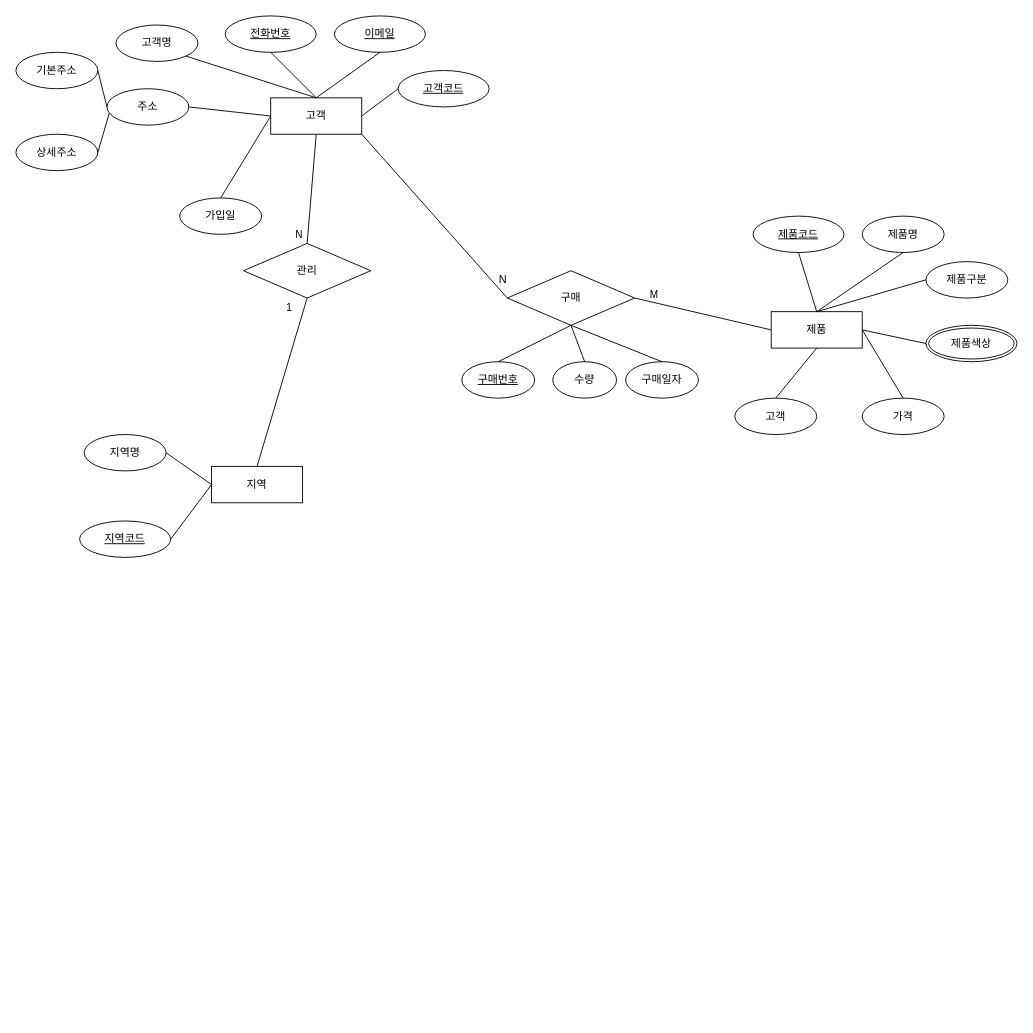
Earlier version of the draw.io diagram 제목 없는 다이어그램.drawio (ek1249/erd). Source tidied: cells renumbered, new cells numbered last; positions are measured from the earlier drawing's top-left corner, leaving out a move shared by most shapes. Both pictures are drawn from the tidied source at 91%, with x=0, y=0 at pixel (15, 15).
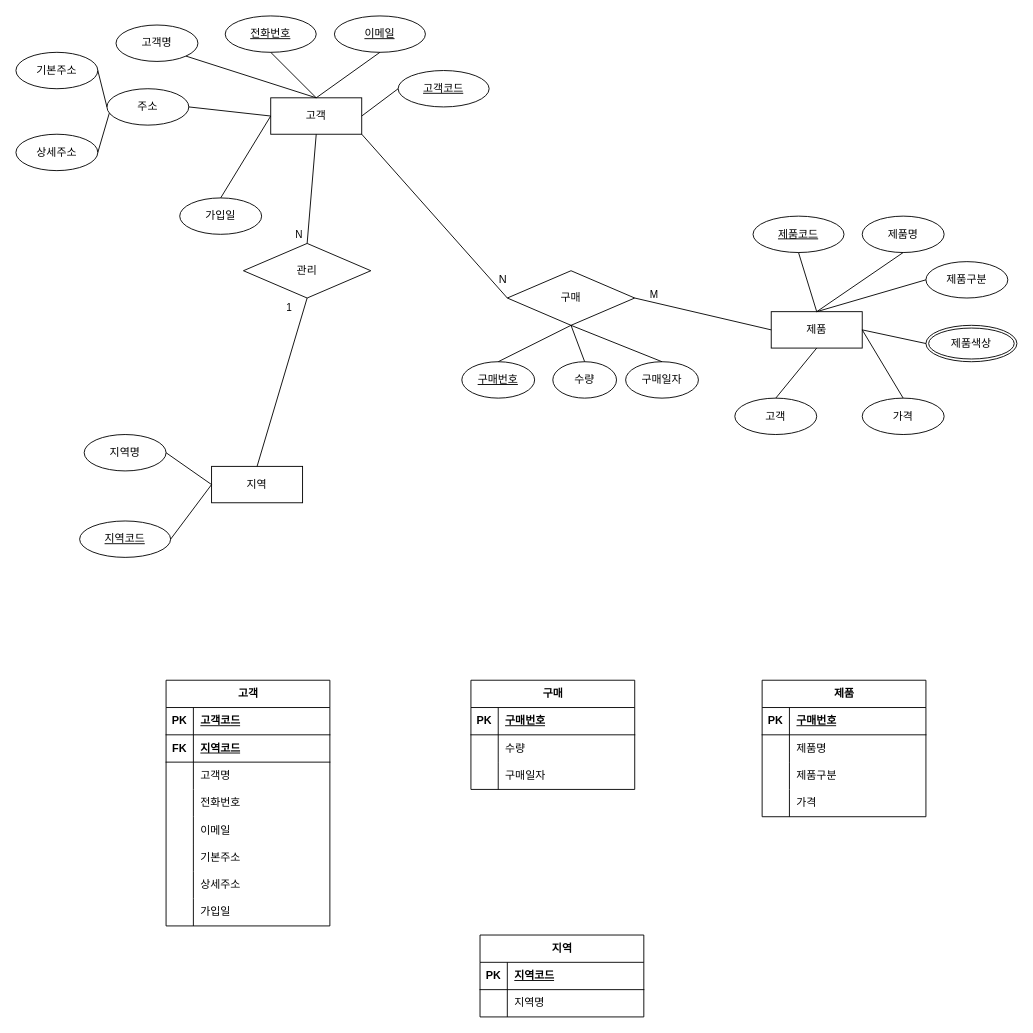
Above is the later version.

Commit message:
제목 없는 다이어그램.drawio 업데이트

What changed in the source:
```diff
@@
+    <mxCell id="53" value="고객" style="shape=table;startSize=30;childLayout=tableLayout;rowLines=0;fontStyle=1;align=center;html=1;" parent="1" vertex="1">
+      <mxGeometry x="165" y="730" width="180" height="270" as="geometry" />
+    </mxCell>
+    <mxCell id="54" style="shape=tableRow;horizontal=0;startSize=0;swimlaneHead=0;swimlaneBody=0;fillColor=none;top=0;left=0;right=0;bottom=1;" parent="53" vertex="1">
+      <mxGeometry y="30" width="180" height="30" as="geometry" />
+    </mxCell>
+    <mxCell id="55" value="PK" style="shape=partialRectangle;fillColor=none;top=0;left=0;bottom=0;right=0;fontStyle=1;overflow=hidden;whiteSpace=wrap;html=1;" parent="54" vertex="1">
+      <mxGeometry width="30" height="30" as="geometry" />
+    </mxCell>
+    <mxCell id="56" value="&lt;div&gt;고객코드&lt;/div&gt;" style="shape=partialRectangle;fillColor=none;top=0;left=0;bottom=0;right=0;align=left;spacingLeft=6;fontStyle=5;overflow=hidden;whiteSpace=wrap;html=1;" parent="54" vertex="1">
+      <mxGeometry x="30" width="150" height="30" as="geometry" />
+    </mxCell>
+    <mxCell id="57" style="shape=tableRow;horizontal=0;startSize=0;swimlaneHead=0;swimlaneBody=0;fillColor=none;top=0;left=0;right=0;bottom=1;" parent="53" vertex="1">
+      <mxGeometry y="60" width="180" height="30" as="geometry" />
+    </mxCell>
+    <mxCell id="58" value="FK" style="shape=partialRectangle;fillColor=none;top=0;left=0;bottom=0;right=0;fontStyle=1;overflow=hidden;whiteSpace=wrap;html=1;" parent="57" vertex="1">
+      <mxGeometry width="30" height="30" as="geometry" />
+    </mxCell>
+    <mxCell id="59" value="지역코드" style="shape=partialRectangle;fillColor=none;top=0;left=0;bottom=0;right=0;align=left;spacingLeft=6;fontStyle=5;overflow=hidden;whiteSpace=wrap;html=1;" parent="57" vertex="1">
+      <mxGeometry x="30" width="150" height="30" as="geometry" />
+    </mxCell>
+    <mxCell id="60" style="shape=tableRow;horizontal=0;startSize=0;swimlaneHead=0;swimlaneBody=0;fillColor=none;top=0;left=0;right=0;bottom=0;" parent="53" vertex="1">
+      <mxGeometry y="90" width="180" height="30" as="geometry" />
+    </mxCell>
+    <mxCell id="61" style="shape=partialRectangle;fillColor=none;top=0;left=0;bottom=0;right=0;overflow=hidden;whiteSpace=wrap;html=1;" parent="60" vertex="1">
+      <mxGeometry width="30" height="30" as="geometry" />
+    </mxCell>
+    <mxCell id="62" value="고객명" style="shape=partialRectangle;fillColor=none;top=0;left=0;bottom=0;right=0;align=left;spacingLeft=6;overflow=hidden;whiteSpace=wrap;html=1;" parent="60" vertex="1">
+      <mxGeometry x="30" width="150" height="30" as="geometry" />
+    </mxCell>
+    <mxCell id="63" style="shape=tableRow;horizontal=0;startSize=0;swimlaneHead=0;swimlaneBody=0;fillColor=none;top=0;left=0;right=0;bottom=0;" parent="53" vertex="1">
+      <mxGeometry y="120" width="180" height="30" as="geometry" />
+    </mxCell>
+    <mxCell id="64" style="shape=partialRectangle;fillColor=none;top=0;left=0;bottom=0;right=0;overflow=hidden;whiteSpace=wrap;html=1;" parent="63" vertex="1">
+      <mxGeometry width="30" height="30" as="geometry" />
+    </mxCell>
+    <mxCell id="65" value="전화번호" style="shape=partialRectangle;fillColor=none;top=0;left=0;bottom=0;right=0;align=left;spacingLeft=6;overflow=hidden;whiteSpace=wrap;html=1;" parent="63" vertex="1">
+      <mxGeometry x="30" width="150" height="30" as="geometry" />
+    </mxCell>
+    <mxCell id="66" style="shape=tableRow;horizontal=0;startSize=0;swimlaneHead=0;swimlaneBody=0;fillColor=none;top=0;left=0;right=0;bottom=0;" parent="53" vertex="1">
+      <mxGeometry y="150" width="180" height="30" as="geometry" />
+    </mxCell>
+    <mxCell id="67" style="shape=partialRectangle;fillColor=none;top=0;left=0;bottom=0;right=0;overflow=hidden;whiteSpace=wrap;html=1;" parent="66" vertex="1">
+      <mxGeometry width="30" height="30" as="geometry" />
+    </mxCell>
+    <mxCell id="68" value="이메일" style="shape=partialRectangle;fillColor=none;top=0;left=0;bottom=0;right=0;align=left;spacingLeft=6;overflow=hidden;whiteSpace=wrap;html=1;" parent="66" vertex="1">
+      <mxGeometry x="30" width="150" height="30" as="geometry" />
+    </mxCell>
+    <mxCell id="69" style="shape=tableRow;horizontal=0;startSize=0;swimlaneHead=0;swimlaneBody=0;fillColor=none;top=0;left=0;right=0;bottom=0;" parent="53" vertex="1">
+      <mxGeometry y="180" width="180" height="30" as="geometry" />
+    </mxCell>
+    <mxCell id="70" style="shape=partialRectangle;fillColor=none;top=0;left=0;bottom=0;right=0;overflow=hidden;whiteSpace=wrap;html=1;" parent="69" vertex="1">
+      <mxGeometry width="30" height="30" as="geometry" />
+    </mxCell>
+    <mxCell id="71" value="기본주소" style="shape=partialRectangle;fillColor=none;top=0;left=0;bottom=0;right=0;align=left;spacingLeft=6;overflow=hidden;whiteSpace=wrap;html=1;" parent="69" vertex="1">
+      <mxGeometry x="30" width="150" height="30" as="geometry" />
+    </mxCell>
+    <mxCell id="72" style="shape=tableRow;horizontal=0;startSize=0;swimlaneHead=0;swimlaneBody=0;fillColor=none;top=0;left=0;right=0;bottom=0;" parent="53" vertex="1">
+      <mxGeometry y="210" width="180" height="30" as="geometry" />
+    </mxCell>
+    <mxCell id="73" style="shape=partialRectangle;fillColor=none;top=0;left=0;bottom=0;right=0;overflow=hidden;whiteSpace=wrap;html=1;" parent="72" vertex="1">
+      <mxGeometry width="30" height="30" as="geometry" />
+    </mxCell>
+    <mxCell id="74" value="상세주소" style="shape=partialRectangle;fillColor=none;top=0;left=0;bottom=0;right=0;align=left;spacingLeft=6;overflow=hidden;whiteSpace=wrap;html=1;" parent="72" vertex="1">
+      <mxGeometry x="30" width="150" height="30" as="geometry" />
+    </mxCell>
+    <mxCell id="75" style="shape=tableRow;horizontal=0;startSize=0;swimlaneHead=0;swimlaneBody=0;fillColor=none;top=0;left=0;right=0;bottom=0;" parent="53" vertex="1">
+      <mxGeometry y="240" width="180" height="30" as="geometry" />
+    </mxCell>
+    <mxCell id="76" style="shape=partialRectangle;fillColor=none;top=0;left=0;bottom=0;right=0;overflow=hidden;whiteSpace=wrap;html=1;" parent="75" vertex="1">
+      <mxGeometry width="30" height="30" as="geometry" />
+    </mxCell>
+    <mxCell id="77" value="가입일" style="shape=partialRectangle;fillColor=none;top=0;left=0;bottom=0;right=0;align=left;spacingLeft=6;overflow=hidden;whiteSpace=wrap;html=1;" parent="75" vertex="1">
+      <mxGeometry x="30" width="150" height="30" as="geometry" />
+    </mxCell>
+    <mxCell id="78" value="구매" style="shape=table;startSize=30;childLayout=tableLayout;rowLines=0;fontStyle=1;align=center;html=1;" parent="1" vertex="1">
+      <mxGeometry x="500" y="730" width="180" height="120" as="geometry" />
+    </mxCell>
+    <mxCell id="79" style="shape=tableRow;horizontal=0;startSize=0;swimlaneHead=0;swimlaneBody=0;fillColor=none;top=0;left=0;right=0;bottom=1;" parent="78" vertex="1">
+      <mxGeometry y="30" width="180" height="30" as="geometry" />
+    </mxCell>
+    <mxCell id="80" value="PK" style="shape=partialRectangle;fillColor=none;top=0;left=0;bottom=0;right=0;fontStyle=1;overflow=hidden;whiteSpace=wrap;html=1;" parent="79" vertex="1">
+      <mxGeometry width="30" height="30" as="geometry" />
+    </mxCell>
+    <mxCell id="81" value="&lt;div&gt;구매번호&lt;/div&gt;" style="shape=partialRectangle;fillColor=none;top=0;left=0;bottom=0;right=0;align=left;spacingLeft=6;fontStyle=5;overflow=hidden;whiteSpace=wrap;html=1;" parent="79" vertex="1">
+      <mxGeometry x="30" width="150" height="30" as="geometry" />
+    </mxCell>
+    <mxCell id="82" style="shape=tableRow;horizontal=0;startSize=0;swimlaneHead=0;swimlaneBody=0;fillColor=none;top=0;left=0;right=0;bottom=0;" parent="78" vertex="1">
+      <mxGeometry y="60" width="180" height="30" as="geometry" />
+    </mxCell>
+    <mxCell id="83" style="shape=partialRectangle;fillColor=none;top=0;left=0;bottom=0;right=0;overflow=hidden;whiteSpace=wrap;html=1;" parent="82" vertex="1">
+      <mxGeometry width="30" height="30" as="geometry" />
+    </mxCell>
+    <mxCell id="84" value="수량" style="shape=partialRectangle;fillColor=none;top=0;left=0;bottom=0;right=0;align=left;spacingLeft=6;overflow=hidden;whiteSpace=wrap;html=1;" parent="82" vertex="1">
+      <mxGeometry x="30" width="150" height="30" as="geometry" />
+    </mxCell>
+    <mxCell id="85" style="shape=tableRow;horizontal=0;startSize=0;swimlaneHead=0;swimlaneBody=0;fillColor=none;top=0;left=0;right=0;bottom=0;" parent="78" vertex="1">
+      <mxGeometry y="90" width="180" height="30" as="geometry" />
+    </mxCell>
+    <mxCell id="86" style="shape=partialRectangle;fillColor=none;top=0;left=0;bottom=0;right=0;overflow=hidden;whiteSpace=wrap;html=1;" parent="85" vertex="1">
+      <mxGeometry width="30" height="30" as="geometry" />
+    </mxCell>
+    <mxCell id="87" value="구매일자" style="shape=partialRectangle;fillColor=none;top=0;left=0;bottom=0;right=0;align=left;spacingLeft=6;overflow=hidden;whiteSpace=wrap;html=1;" parent="85" vertex="1">
+      <mxGeometry x="30" width="150" height="30" as="geometry" />
+    </mxCell>
+    <mxCell id="88" value="제품" style="shape=table;startSize=30;childLayout=tableLayout;rowLines=0;fontStyle=1;align=center;html=1;" parent="1" vertex="1">
+      <mxGeometry x="820" y="730" width="180" height="150" as="geometry" />
+    </mxCell>
+    <mxCell id="89" style="shape=tableRow;horizontal=0;startSize=0;swimlaneHead=0;swimlaneBody=0;fillColor=none;top=0;left=0;right=0;bottom=1;" parent="88" vertex="1">
+      <mxGeometry y="30" width="180" height="30" as="geometry" />
+    </mxCell>
+    <mxCell id="90" value="PK" style="shape=partialRectangle;fillColor=none;top=0;left=0;bottom=0;right=0;fontStyle=1;overflow=hidden;whiteSpace=wrap;html=1;" parent="89" vertex="1">
+      <mxGeometry width="30" height="30" as="geometry" />
+    </mxCell>
+    <mxCell id="91" value="&lt;div&gt;구매번호&lt;/div&gt;" style="shape=partialRectangle;fillColor=none;top=0;left=0;bottom=0;right=0;align=left;spacingLeft=6;fontStyle=5;overflow=hidden;whiteSpace=wrap;html=1;" parent="89" vertex="1">
+      <mxGeometry x="30" width="150" height="30" as="geometry" />
+    </mxCell>
+    <mxCell id="92" style="shape=tableRow;horizontal=0;startSize=0;swimlaneHead=0;swimlaneBody=0;fillColor=none;top=0;left=0;right=0;bottom=0;" parent="88" vertex="1">
+      <mxGeometry y="60" width="180" height="30" as="geometry" />
+    </mxCell>
+    <mxCell id="93" style="shape=partialRectangle;fillColor=none;top=0;left=0;bottom=0;right=0;overflow=hidden;whiteSpace=wrap;html=1;" parent="92" vertex="1">
+      <mxGeometry width="30" height="30" as="geometry" />
+    </mxCell>
+    <mxCell id="94" value="제품명" style="shape=partialRectangle;fillColor=none;top=0;left=0;bottom=0;right=0;align=left;spacingLeft=6;overflow=hidden;whiteSpace=wrap;html=1;" parent="92" vertex="1">
+      <mxGeometry x="30" width="150" height="30" as="geometry" />
+    </mxCell>
+    <mxCell id="95" style="shape=tableRow;horizontal=0;startSize=0;swimlaneHead=0;swimlaneBody=0;fillColor=none;top=0;left=0;right=0;bottom=0;" parent="88" vertex="1">
+      <mxGeometry y="90" width="180" height="30" as="geometry" />
+    </mxCell>
+    <mxCell id="96" style="shape=partialRectangle;fillColor=none;top=0;left=0;bottom=0;right=0;overflow=hidden;whiteSpace=wrap;html=1;" parent="95" vertex="1">
+      <mxGeometry width="30" height="30" as="geometry" />
+    </mxCell>
+    <mxCell id="97" value="제품구분" style="shape=partialRectangle;fillColor=none;top=0;left=0;bottom=0;right=0;align=left;spacingLeft=6;overflow=hidden;whiteSpace=wrap;html=1;" parent="95" vertex="1">
+      <mxGeometry x="30" width="150" height="30" as="geometry" />
+    </mxCell>
+    <mxCell id="98" style="shape=tableRow;horizontal=0;startSize=0;swimlaneHead=0;swimlaneBody=0;fillColor=none;top=0;left=0;right=0;bottom=0;" parent="88" vertex="1">
+      <mxGeometry y="120" width="180" height="30" as="geometry" />
+    </mxCell>
+    <mxCell id="99" style="shape=partialRectangle;fillColor=none;top=0;left=0;bottom=0;right=0;overflow=hidden;whiteSpace=wrap;html=1;" parent="98" vertex="1">
+      <mxGeometry width="30" height="30" as="geometry" />
+    </mxCell>
+    <mxCell id="100" value="가격" style="shape=partialRectangle;fillColor=none;top=0;left=0;bottom=0;right=0;align=left;spacingLeft=6;overflow=hidden;whiteSpace=wrap;html=1;" parent="98" vertex="1">
+      <mxGeometry x="30" width="150" height="30" as="geometry" />
+    </mxCell>
+    <mxCell id="101" value="지역" style="shape=table;startSize=30;childLayout=tableLayout;rowLines=0;fontStyle=1;align=center;html=1;" parent="1" vertex="1">
+      <mxGeometry x="510" y="1010" width="180" height="90" as="geometry" />
+    </mxCell>
+    <mxCell id="102" style="shape=tableRow;horizontal=0;startSize=0;swimlaneHead=0;swimlaneBody=0;fillColor=none;top=0;left=0;right=0;bottom=1;" parent="101" vertex="1">
+      <mxGeometry y="30" width="180" height="30" as="geometry" />
+    </mxCell>
+    <mxCell id="103" value="PK" style="shape=partialRectangle;fillColor=none;top=0;left=0;bottom=0;right=0;fontStyle=1;overflow=hidden;whiteSpace=wrap;html=1;" parent="102" vertex="1">
+      <mxGeometry width="30" height="30" as="geometry" />
+    </mxCell>
+    <mxCell id="104" value="지역코드" style="shape=partialRectangle;fillColor=none;top=0;left=0;bottom=0;right=0;align=left;spacingLeft=6;fontStyle=5;overflow=hidden;whiteSpace=wrap;html=1;" parent="102" vertex="1">
+      <mxGeometry x="30" width="150" height="30" as="geometry" />
+    </mxCell>
+    <mxCell id="105" style="shape=tableRow;horizontal=0;startSize=0;swimlaneHead=0;swimlaneBody=0;fillColor=none;top=0;left=0;right=0;bottom=0;" parent="101" vertex="1">
+      <mxGeometry y="60" width="180" height="30" as="geometry" />
+    </mxCell>
+    <mxCell id="106" style="shape=partialRectangle;fillColor=none;top=0;left=0;bottom=0;right=0;overflow=hidden;whiteSpace=wrap;html=1;" parent="105" vertex="1">
+      <mxGeometry width="30" height="30" as="geometry" />
+    </mxCell>
+    <mxCell id="107" value="지역명" style="shape=partialRectangle;fillColor=none;top=0;left=0;bottom=0;right=0;align=left;spacingLeft=6;overflow=hidden;whiteSpace=wrap;html=1;" parent="105" vertex="1">
+      <mxGeometry x="30" width="150" height="30" as="geometry" />
+    </mxCell>
```
